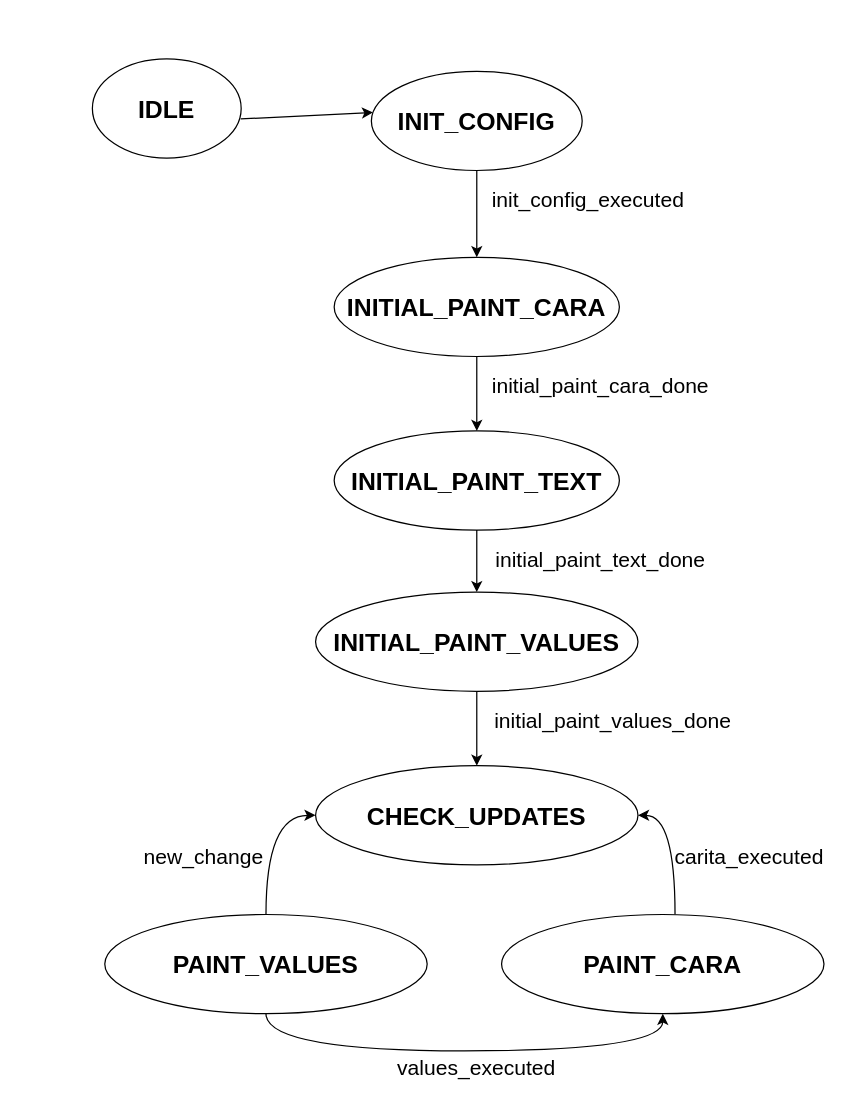
Earlier version of the draw.io diagram page "fsm_controller_lcd" (3 of 5) of figs/LCD_diagramas.drawio (unal-edigital1-lab/entrega-1-proyecto-grupo01-2024-1). Source tidied: cells renumbered, new cells numbered last; positions are measured from the earlier drawing's top-left corner, leaving out a move shared by most shapes. Both pictures are drawn from the tidied source at 124%, with x=0, y=0 at pixel (92, 58).
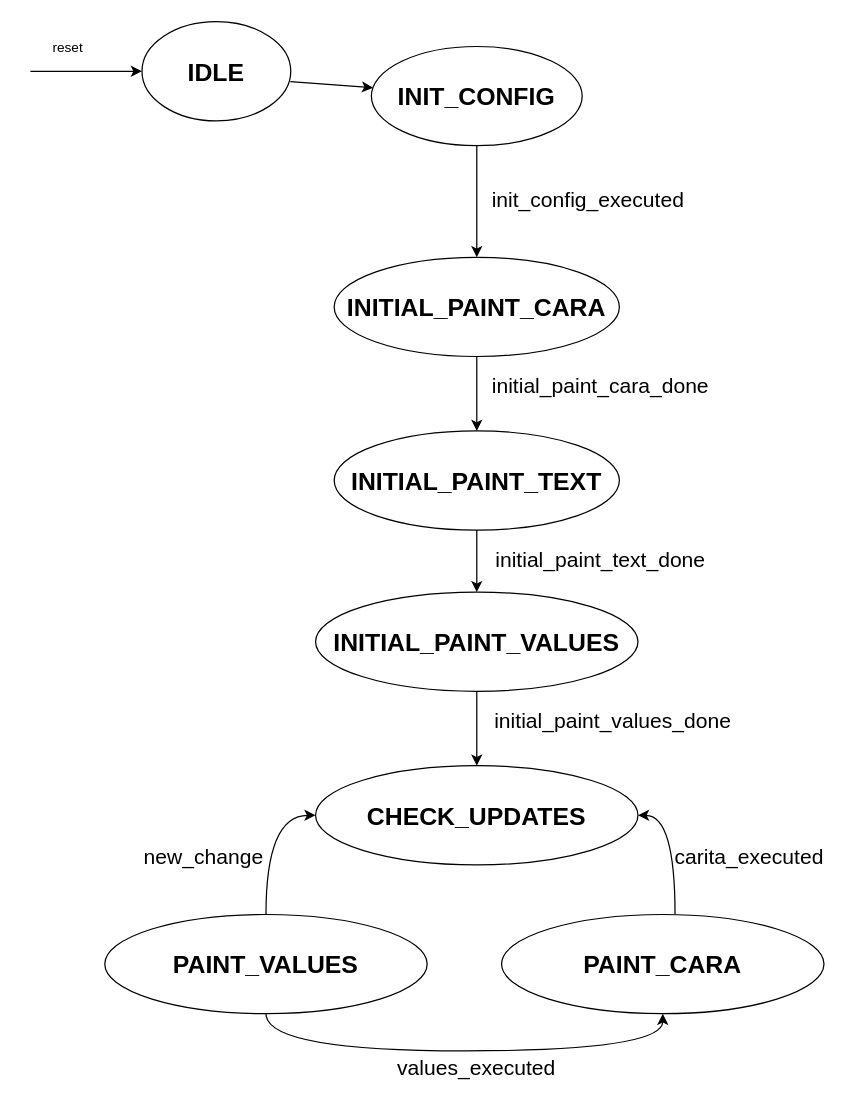
After the change.

Commit message (it also covers changes not shown here):
lcd diagramas

Change to the diagram source:
```diff
@@
     <mxCell id="2" value="&lt;b&gt;&lt;font style=&quot;font-size: 20px;&quot;&gt;IDLE&lt;/font&gt;&lt;/b&gt;" style="ellipse;whiteSpace=wrap;html=1;" parent="1" vertex="1">
-      <mxGeometry width="120" height="80" as="geometry" />
+      <mxGeometry x="40" y="-30" width="120" height="80" as="geometry" />
     </mxCell>
@@
     <mxCell id="4" value="&lt;span style=&quot;font-size: 20px;&quot;&gt;&lt;b&gt;INIT_CONFIG&lt;/b&gt;&lt;/span&gt;" style="ellipse;whiteSpace=wrap;html=1;" parent="1" vertex="1">
-      <mxGeometry x="225" y="10" width="170" height="80" as="geometry" />
+      <mxGeometry x="225" y="-10" width="170" height="80" as="geometry" />
     </mxCell>
@@
+    <mxCell id="25" style="endArrow=classic;html=1;rounded=0;entryX=0;entryY=0.5;entryDx=0;entryDy=0;" parent="1" edge="1" target="2">
+      <mxGeometry relative="1" as="geometry">
+        <mxPoint x="-50" y="10" as="sourcePoint" />
+      </mxGeometry>
+    </mxCell>
+    <mxCell id="26" value="reset" style="edgeLabel;html=1;align=center;verticalAlign=middle;" parent="25" vertex="1">
+      <mxGeometry x="-0.35" y="1" relative="1" as="geometry">
+        <mxPoint y="-19" as="offset" />
+      </mxGeometry>
+    </mxCell>
```
